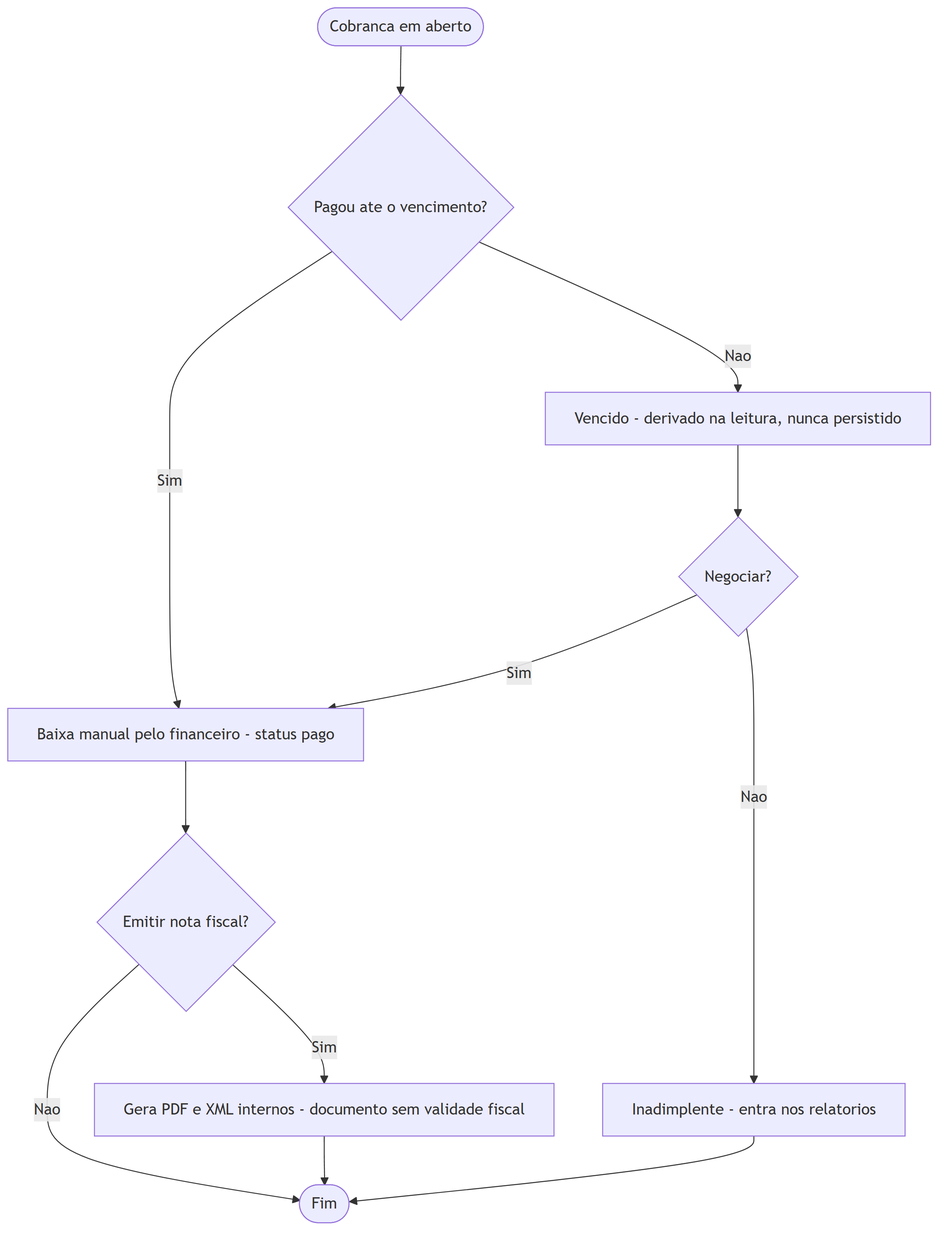
The Mermaid diagram docs/diagramas/png/ativ-financeiro-2.png in bebberjoao/RoosterOneBackend, before a commit. Its source is kept beside it as docs/diagramas/src/ativ-financeiro-2.mmd.
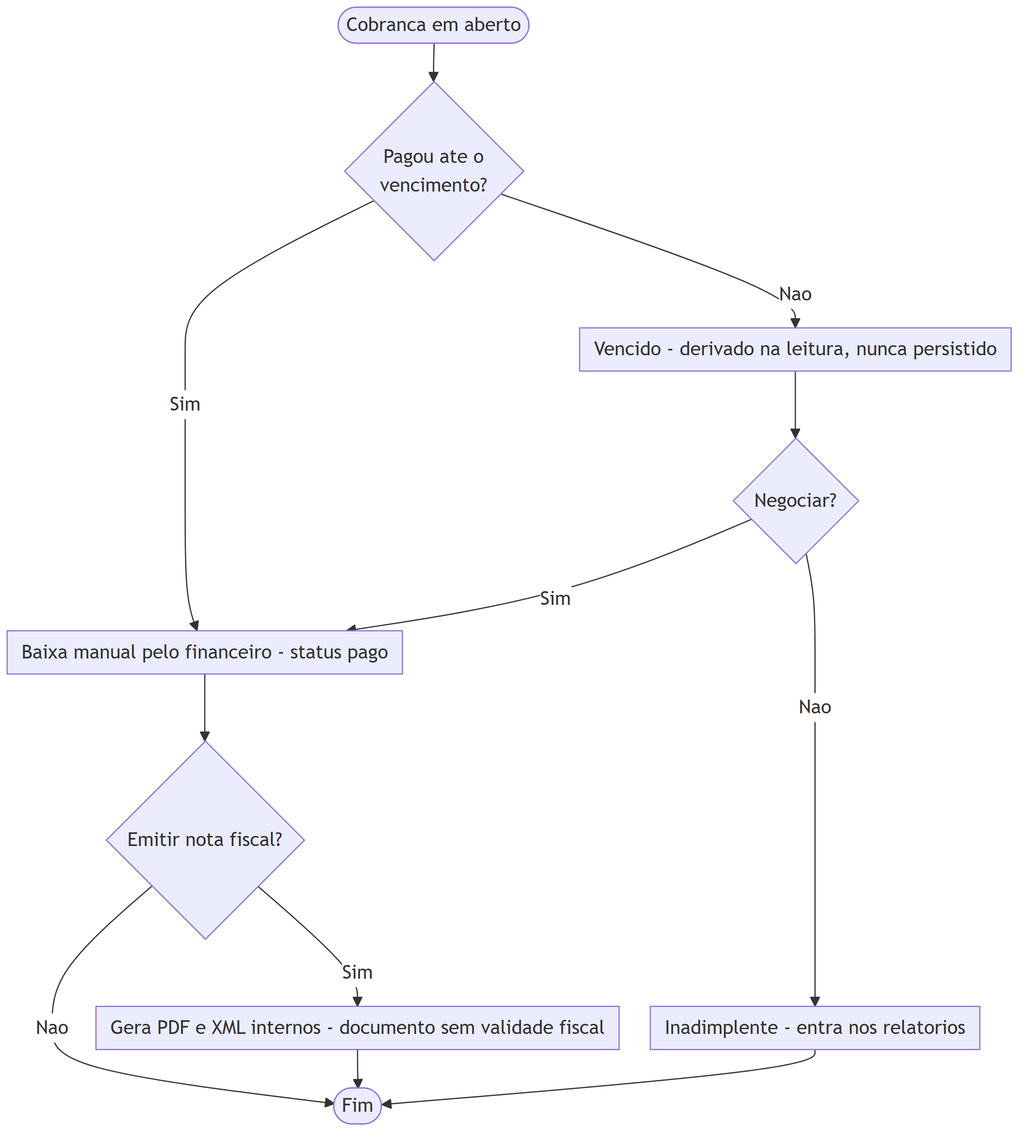
The same file after the commit.

What changed in the source:
```diff
@@ -1,6 +1,6 @@
-%%{init: {'flowchart': {'wrappingWidth': 420}}}%%
+%%{init: {"flowchart":{"wrappingWidth":420,"nodeSpacing":26,"rankSpacing":32,"padding":6,"diagramPadding":6}}}%%
 flowchart TD
-  A([Cobranca em aberto]) --> B{"Pagou ate o vencimento?"}
+  A([Cobranca em aberto]) --> B{"Pagou ate o<br/>vencimento?"}
   B -->|Sim| C["Baixa manual pelo financeiro - status pago"]
   B -->|Nao| D["Vencido - derivado na leitura, nunca persistido"]
   D --> E{"Negociar?"}
```
